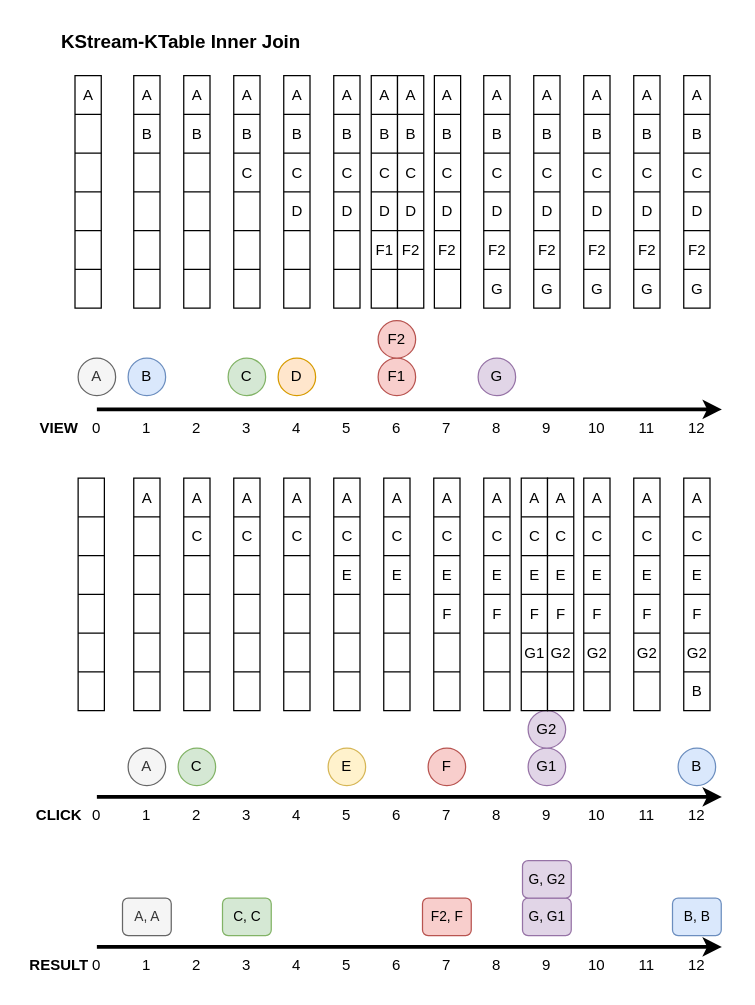
Earlier version of the draw.io diagram drawio/kafka/kafka-streams-join-6.drawio (windowforsun/blog). Source tidied: cells renumbered, new cells numbered last; positions are measured from the earlier drawing's top-left corner, leaving out a move shared by most shapes. Both pictures are drawn from the tidied source at 125%, with x=0, y=0 at pixel (21, 21).
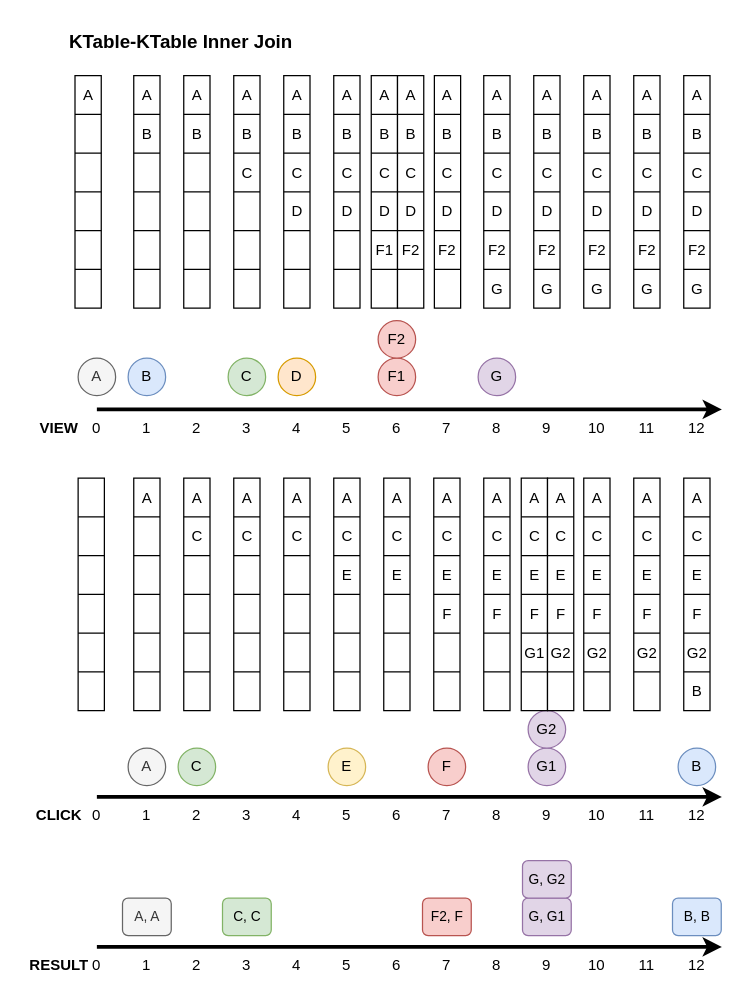
After the change.

What changed in the source:
```diff
@@
-    <mxCell id="61" value="&lt;b&gt;&lt;font style=&quot;font-size: 15px;&quot;&gt;KStream-KTable Inner Join&lt;/font&gt;&lt;/b&gt;" style="text;html=1;align=center;verticalAlign=middle;whiteSpace=wrap;rounded=0;" parent="1" vertex="1">
+    <mxCell id="61" value="&lt;b&gt;&lt;font style=&quot;font-size: 15px;&quot;&gt;KTable-KTable Inner Join&lt;/font&gt;&lt;/b&gt;" style="text;html=1;align=center;verticalAlign=middle;whiteSpace=wrap;rounded=0;" parent="1" vertex="1">
       <mxGeometry x="20" width="215" height="30" as="geometry" />
     </mxCell>
```
